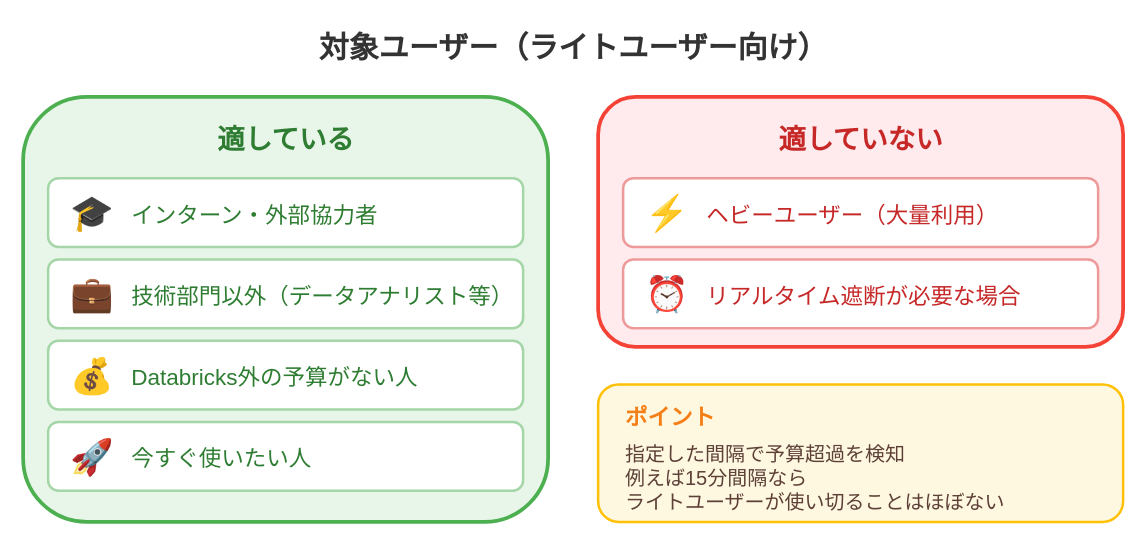
The draw.io diagram assets/2026-01-27-jedai-ai-gateway/target-users.drawio in i9wa4/i9wa4.github.io, before the edit. Source tidied: cells renumbered, new cells numbered last; positions are measured from the earlier drawing's top-left corner, leaving out a move shared by most shapes. Both pictures are drawn from the tidied source at 125%, with x=0, y=0 at pixel (22, 21).
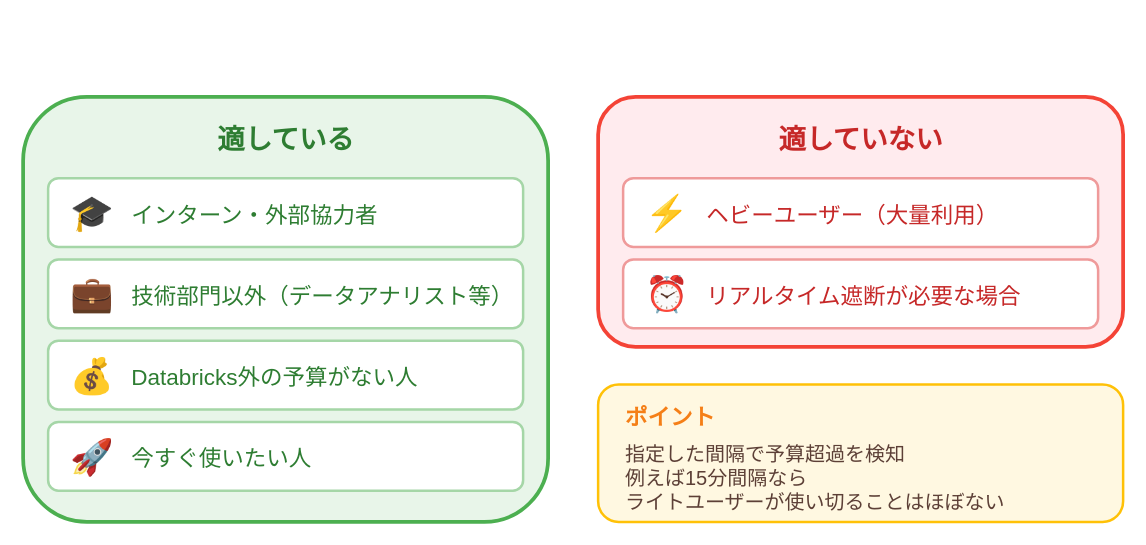
The same page after the edit.

The edit, as a diff of the source:
```diff
@@
-    <mxCell id="2" value="対象ユーザー（ライトユーザー向け）" style="text;html=1;fontSize=24;fontFamily=Noto Sans JP;fontStyle=1;fontColor=#333333;align=center;" parent="1" vertex="1">
-      <mxGeometry x="190" width="500" height="40" as="geometry" />
-    </mxCell>
```
